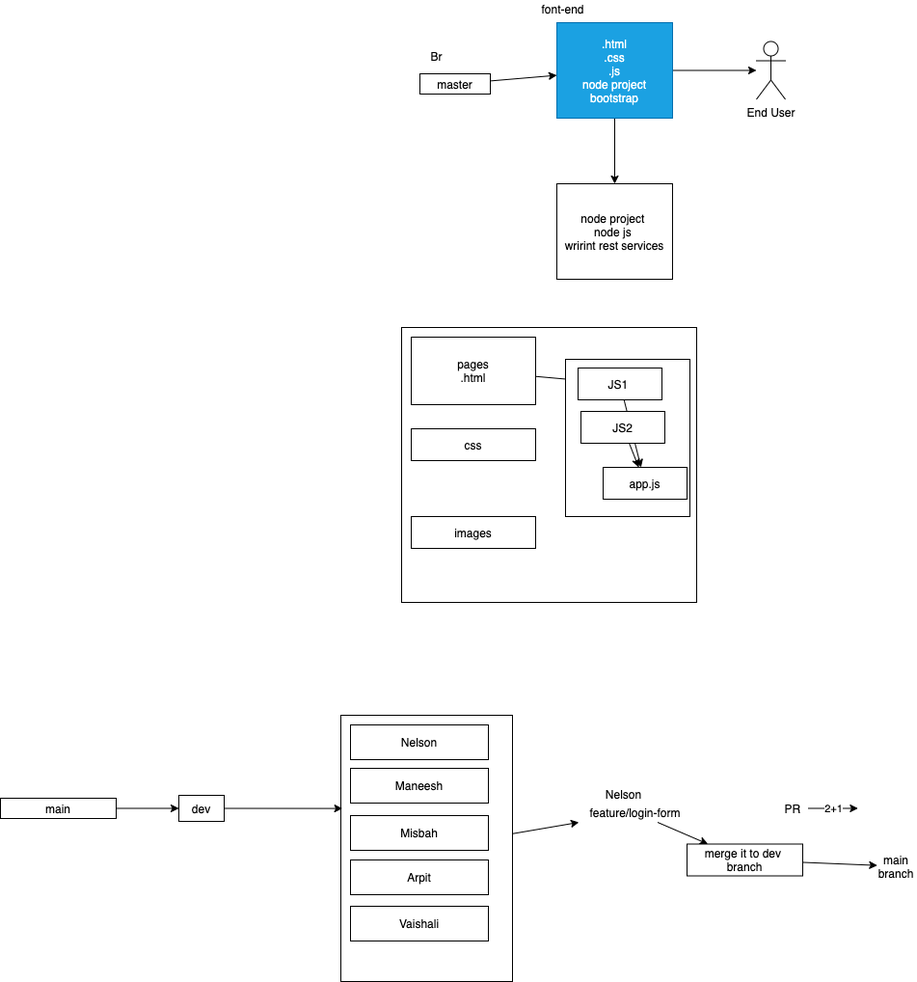
This is images/day2.drawio.png from adithnaveen/sapient-freshers-nodejs-dec-2021, a draw.io export, as it was before one commit. Source tidied: cells renumbered, new cells last; positions are measured from the earlier drawing's top-left corner, leaving out a move shared by most shapes.
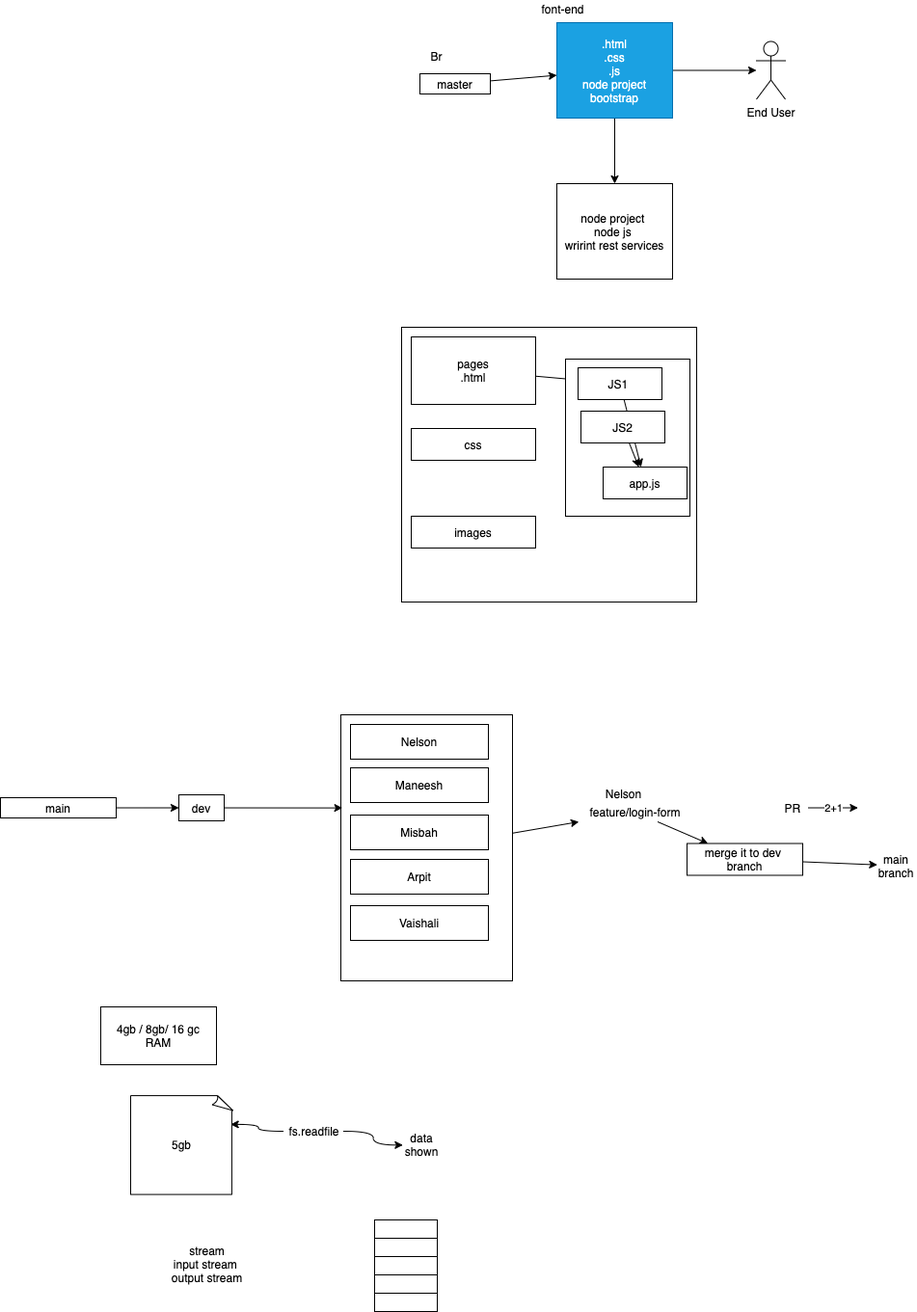
After the change.

Diff of the diagram source:
```diff
@@ -121,5 +121,41 @@
     <mxCell id="40" value="PR&amp;nbsp;" style="text;html=1;align=center;verticalAlign=middle;points=[];strokeColor=none;" parent="1" vertex="1">
       <mxGeometry x="808" y="828.5" width="30" height="18" as="geometry" />
     </mxCell>
+    <mxCell id="41" style="edgeStyle=orthogonalEdgeStyle;html=1;entryX=0.978;entryY=0.291;entryDx=0;entryDy=0;entryPerimeter=0;curved=1;" parent="1" edge="1" source="43" target="44">
+      <mxGeometry relative="1" as="geometry" />
+    </mxCell>
+    <mxCell id="42" style="edgeStyle=orthogonalEdgeStyle;curved=1;html=1;" parent="1" edge="1" source="43" target="45">
+      <mxGeometry relative="1" as="geometry" />
+    </mxCell>
+    <mxCell id="43" value="fs.readfile" style="text;html=1;align=center;verticalAlign=middle;points=[];strokeColor=none;" parent="1" vertex="1">
+      <mxGeometry x="294" y="1164" width="62" height="18" as="geometry" />
+    </mxCell>
+    <mxCell id="44" value="5gb" style="whiteSpace=wrap;html=1;shape=mxgraph.basic.document;" parent="1" vertex="1">
+      <mxGeometry x="135" y="1136.1" width="106" height="102.5" as="geometry" />
+    </mxCell>
+    <mxCell id="45" value="data shown" style="text;html=1;strokeColor=none;fillColor=none;align=center;verticalAlign=middle;whiteSpace=wrap;rounded=0;" parent="1" vertex="1">
+      <mxGeometry x="417.3" y="1177.3" width="40" height="20" as="geometry" />
+    </mxCell>
+    <mxCell id="46" value="4gb / 8gb/ 16 gc&lt;br&gt;RAM" style="rounded=0;whiteSpace=wrap;html=1;" parent="1" vertex="1">
+      <mxGeometry x="104" y="1044" width="120" height="60" as="geometry" />
+    </mxCell>
+    <mxCell id="47" style="rounded=0;whiteSpace=wrap;html=1;" parent="1" vertex="1">
+      <mxGeometry x="388" y="1265" width="65" height="19" as="geometry" />
+    </mxCell>
+    <mxCell id="48" style="rounded=0;whiteSpace=wrap;html=1;" parent="1" vertex="1">
+      <mxGeometry x="388" y="1284" width="65" height="19" as="geometry" />
+    </mxCell>
+    <mxCell id="49" style="rounded=0;whiteSpace=wrap;html=1;" parent="1" vertex="1">
+      <mxGeometry x="388" y="1303" width="65" height="19" as="geometry" />
+    </mxCell>
+    <mxCell id="50" style="rounded=0;whiteSpace=wrap;html=1;" parent="1" vertex="1">
+      <mxGeometry x="388" y="1322" width="65" height="19" as="geometry" />
+    </mxCell>
+    <mxCell id="51" style="rounded=0;whiteSpace=wrap;html=1;" parent="1" vertex="1">
+      <mxGeometry x="388" y="1341" width="65" height="19" as="geometry" />
+    </mxCell>
+    <mxCell id="52" value="stream&lt;br&gt;input stream&amp;nbsp;&lt;br&gt;output stream" style="text;html=1;align=center;verticalAlign=middle;strokeColor=none;" parent="1" vertex="1">
+      <mxGeometry x="172" y="1288" width="83" height="46" as="geometry" />
+    </mxCell>
   </root>
 </mxGraphModel>
```
